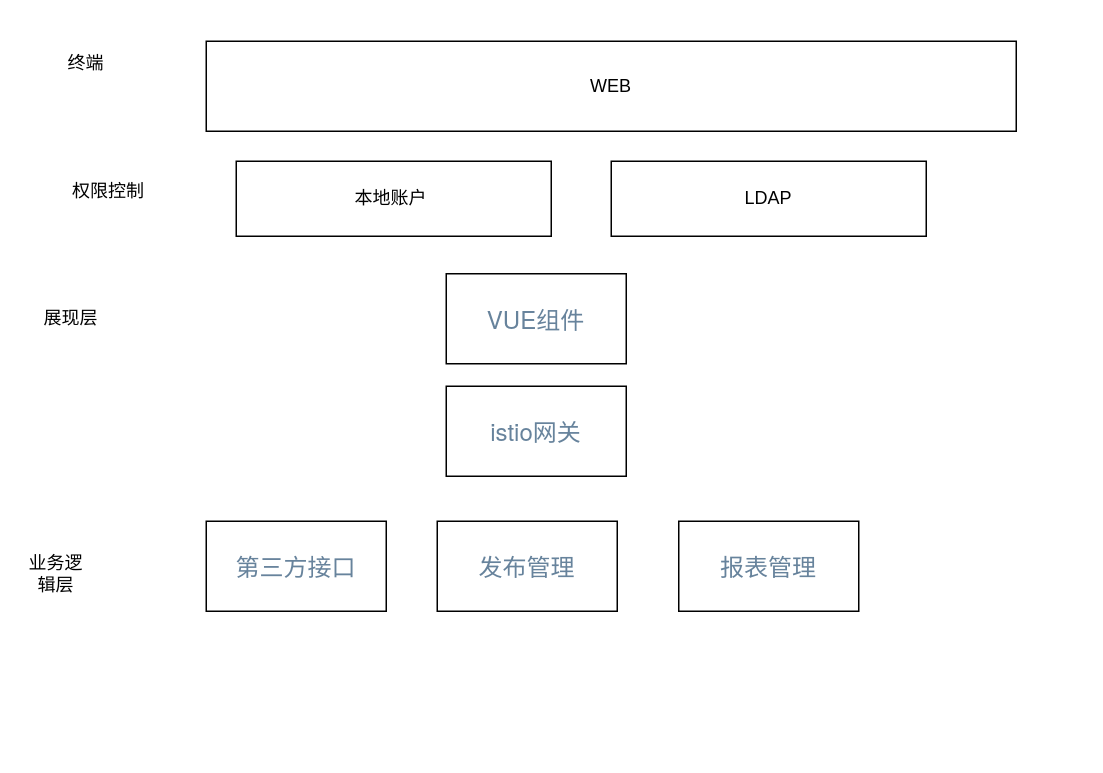
The draw.io diagram 统一门户.drawio in tengxiao/zabbix-report, before the edit. Source tidied: cells renumbered, new cells numbered last; positions are measured from the earlier drawing's top-left corner, leaving out a move shared by most shapes. Both pictures are drawn from the tidied source at 150%, with x=0, y=0 at pixel (26, 26).
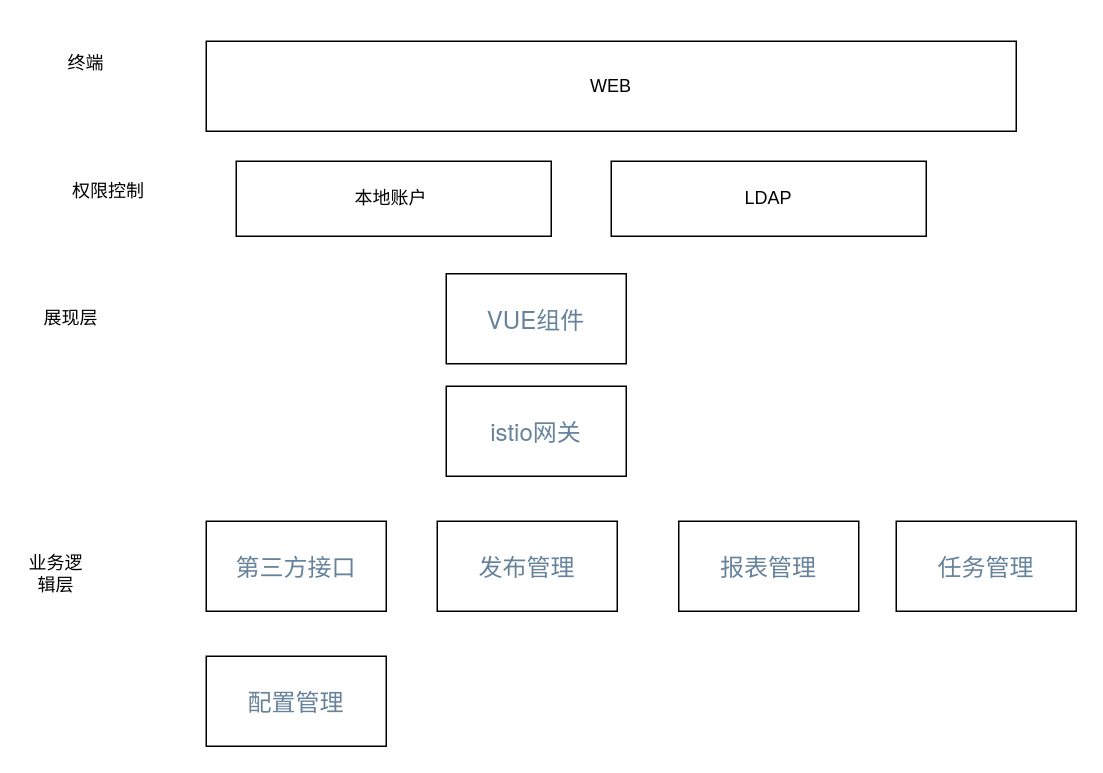
Above is the later version.

Commit message (it also covers changes not shown here):
更新统一门户.drawio

What changed in the source:
```diff
@@
 <mxGraphModel>
   <root>
     <mxCell id="0" />
     <mxCell id="1" parent="0" />
     <mxCell id="2" value="WEB" style="rounded=0;whiteSpace=wrap;html=1;" parent="1" vertex="1">
       <mxGeometry x="120" y="10" width="540" height="60" as="geometry" />
     </mxCell>
     <mxCell id="3" value="&lt;span style=&quot;color: rgb(103 , 131 , 156) ; font-family: &amp;#34;helvetica neue&amp;#34; , &amp;#34;helvetica&amp;#34; , &amp;#34;arial&amp;#34; , sans-serif ; font-size: 16px ; background-color: rgb(255 , 255 , 255)&quot;&gt;VUE组件&lt;/span&gt;" style="rounded=0;whiteSpace=wrap;html=1;" parent="1" vertex="1">
       <mxGeometry x="280" y="165" width="120" height="60" as="geometry" />
     </mxCell>
     <mxCell id="4" value="终端" style="text;html=1;strokeColor=none;fillColor=none;align=center;verticalAlign=middle;whiteSpace=wrap;rounded=0;" parent="1" vertex="1">
       <mxGeometry x="20" width="40" height="50" as="geometry" />
     </mxCell>
     <mxCell id="5" value="展现层" style="text;html=1;strokeColor=none;fillColor=none;align=center;verticalAlign=middle;whiteSpace=wrap;rounded=0;" parent="1" vertex="1">
       <mxGeometry x="10" y="170" width="40" height="50" as="geometry" />
     </mxCell>
     <mxCell id="6" value="本地账户&lt;span style=&quot;white-space: pre&quot;&gt; &lt;/span&gt;" style="rounded=0;whiteSpace=wrap;html=1;" parent="1" vertex="1">
       <mxGeometry x="140" y="90" width="210" height="50" as="geometry" />
     </mxCell>
     <mxCell id="7" value="LDAP" style="rounded=0;whiteSpace=wrap;html=1;" parent="1" vertex="1">
       <mxGeometry x="390" y="90" width="210" height="50" as="geometry" />
     </mxCell>
     <mxCell id="8" value="权限控制" style="text;html=1;strokeColor=none;fillColor=none;align=center;verticalAlign=middle;whiteSpace=wrap;rounded=0;" parent="1" vertex="1">
       <mxGeometry x="20" y="100" width="70" height="20" as="geometry" />
     </mxCell>
     <mxCell id="9" value="业务逻辑层" style="text;html=1;strokeColor=none;fillColor=none;align=center;verticalAlign=middle;whiteSpace=wrap;rounded=0;" parent="1" vertex="1">
       <mxGeometry y="340" width="40" height="50" as="geometry" />
     </mxCell>
     <mxCell id="10" value="&lt;span style=&quot;color: rgb(103 , 131 , 156) ; font-family: &amp;#34;helvetica neue&amp;#34; , &amp;#34;helvetica&amp;#34; , &amp;#34;arial&amp;#34; , sans-serif ; font-size: 16px ; background-color: rgb(255 , 255 , 255)&quot;&gt;第三方接口&lt;/span&gt;" style="rounded=0;whiteSpace=wrap;html=1;" parent="1" vertex="1">
       <mxGeometry x="120" y="330" width="120" height="60" as="geometry" />
     </mxCell>
     <mxCell id="11" value="&lt;font color=&quot;#67839c&quot; face=&quot;helvetica neue, helvetica, arial, sans-serif&quot;&gt;&lt;span style=&quot;font-size: 16px ; background-color: rgb(255 , 255 , 255)&quot;&gt;istio网关&lt;/span&gt;&lt;/font&gt;" style="rounded=0;whiteSpace=wrap;html=1;" parent="1" vertex="1">
       <mxGeometry x="280" y="240" width="120" height="60" as="geometry" />
     </mxCell>
     <mxCell id="12" value="&lt;span style=&quot;color: rgb(103 , 131 , 156) ; font-family: &amp;#34;helvetica neue&amp;#34; , &amp;#34;helvetica&amp;#34; , &amp;#34;arial&amp;#34; , sans-serif ; font-size: 16px ; background-color: rgb(255 , 255 , 255)&quot;&gt;发布管理&lt;/span&gt;" style="rounded=0;whiteSpace=wrap;html=1;" parent="1" vertex="1">
       <mxGeometry x="274" y="330" width="120" height="60" as="geometry" />
     </mxCell>
     <mxCell id="13" value="&lt;span style=&quot;color: rgb(103 , 131 , 156) ; font-family: &amp;#34;helvetica neue&amp;#34; , &amp;#34;helvetica&amp;#34; , &amp;#34;arial&amp;#34; , sans-serif ; font-size: 16px ; background-color: rgb(255 , 255 , 255)&quot;&gt;报表管理&lt;/span&gt;" style="rounded=0;whiteSpace=wrap;html=1;" parent="1" vertex="1">
       <mxGeometry x="435" y="330" width="120" height="60" as="geometry" />
     </mxCell>
+    <mxCell id="14" value="&lt;font color=&quot;#67839c&quot; face=&quot;helvetica neue, helvetica, arial, sans-serif&quot;&gt;&lt;span style=&quot;font-size: 16px ; background-color: rgb(255 , 255 , 255)&quot;&gt;任务管理&lt;/span&gt;&lt;/font&gt;" style="rounded=0;whiteSpace=wrap;html=1;" parent="1" vertex="1">
+      <mxGeometry x="580" y="330" width="120" height="60" as="geometry" />
+    </mxCell>
+    <mxCell id="15" value="&lt;font color=&quot;#67839c&quot; face=&quot;helvetica neue, helvetica, arial, sans-serif&quot;&gt;&lt;span style=&quot;font-size: 16px ; background-color: rgb(255 , 255 , 255)&quot;&gt;配置管理&lt;/span&gt;&lt;/font&gt;" style="rounded=0;whiteSpace=wrap;html=1;" parent="1" vertex="1">
+      <mxGeometry x="120" y="420" width="120" height="60" as="geometry" />
+    </mxCell>
   </root>
 </mxGraphModel>
```
